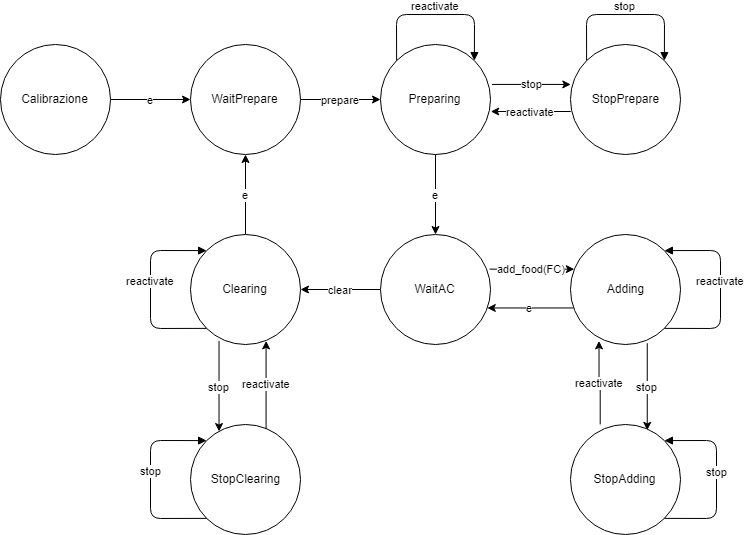
Earlier version of the draw.io export Docs/Analisi_Iniziale/zooming0/Z0_ButlerBehaviour.png (xAlessandroC/iss2019TemaFinale). Source tidied: cells renumbered, new cells last; positions are measured from the earlier drawing's top-left corner, leaving out a move shared by most shapes.
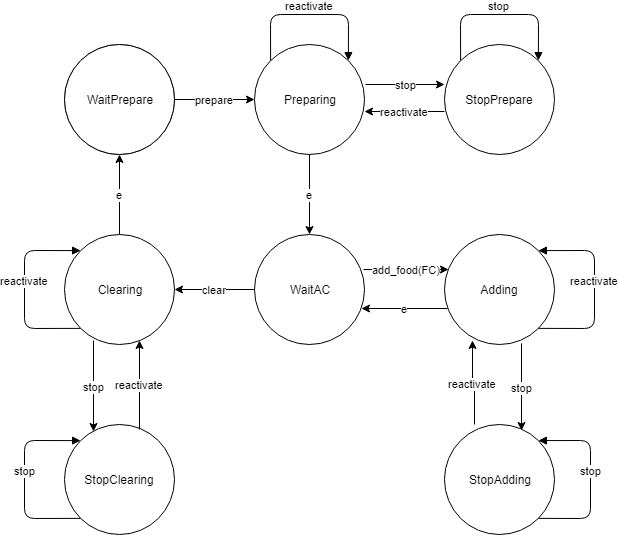
After the change.

The edit, as a diff of the source:
```diff
@@ -2,11 +2,8 @@
   <root>
     <mxCell id="0" />
     <mxCell id="1" parent="0" />
-    <mxCell id="2" value="e" style="edgeStyle=orthogonalEdgeStyle;rounded=0;jettySize=auto;html=1;" parent="1" edge="1" source="3" target="5">
-      <mxGeometry relative="1" as="geometry" />
-    </mxCell>
     <mxCell id="3" value="Calibrazione" style="ellipse;whiteSpace=wrap;html=1;" parent="1" vertex="1">
-      <mxGeometry y="30" width="110" height="110" as="geometry" />
+      <mxGeometry x="190" y="30" width="110" height="110" as="geometry" />
     </mxCell>
     <mxCell id="4" value="prepare" style="edgeStyle=orthogonalEdgeStyle;rounded=0;jettySize=auto;html=1;" parent="1" edge="1" source="5" target="8">
       <mxGeometry relative="1" as="geometry" />
```
